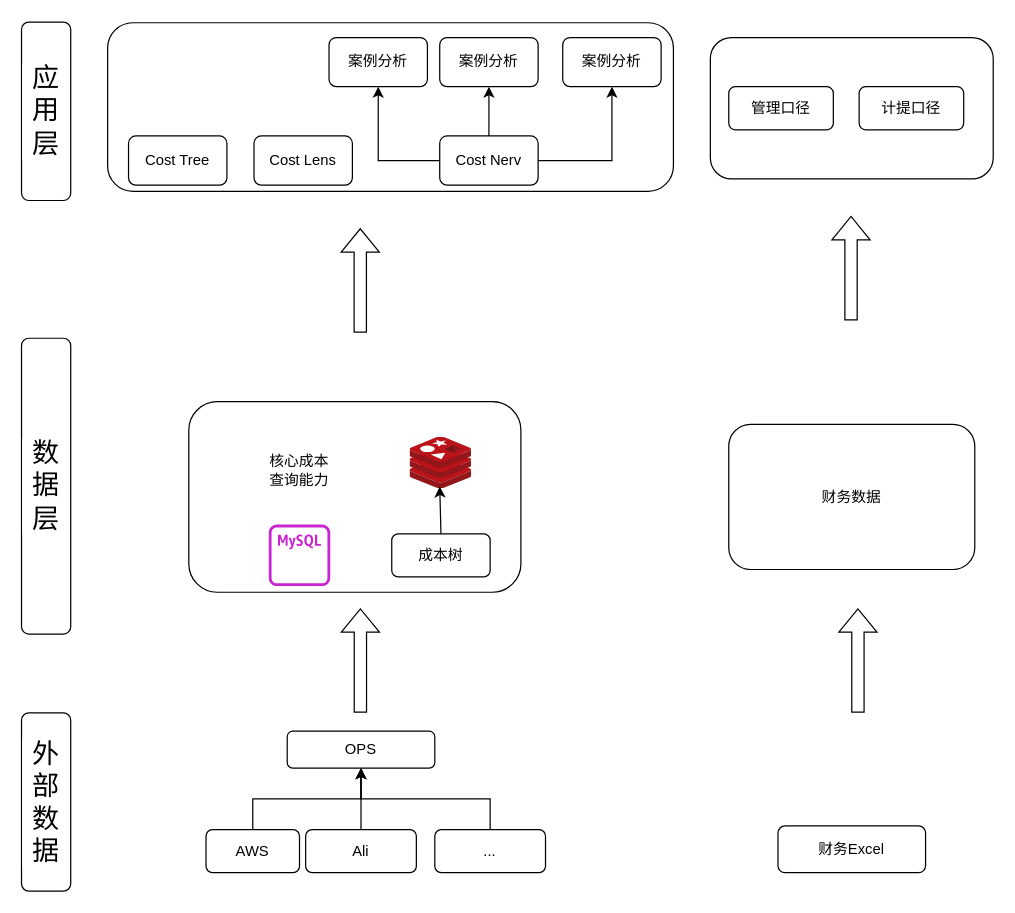
The draw.io diagram finops.drawio in bzk1994/draw.io, before the edit. Source tidied: cells renumbered, new cells numbered last; positions are measured from the earlier drawing's top-left corner, leaving out a move shared by most shapes. Both pictures are drawn from the tidied source at 123%, with x=0, y=0 at pixel (21, 21).
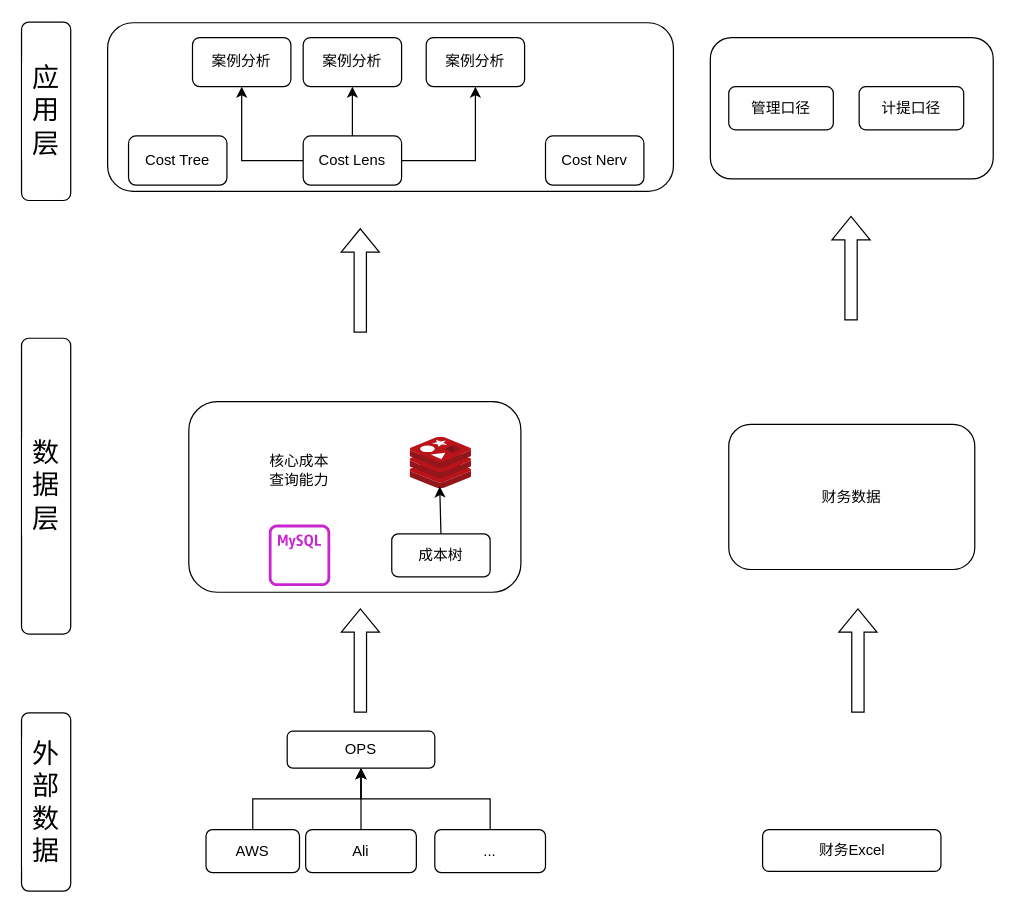
The same page after the edit.

Diff of the diagram source:
```diff
@@
-    <mxCell id="21" value="Cost Lens" style="rounded=1;whiteSpace=wrap;html=1;" parent="1" vertex="1">
-      <mxGeometry x="189" y="93" width="80" height="40" as="geometry" />
+    <mxCell id="21" value="Cost Nerv" style="rounded=1;whiteSpace=wrap;html=1;" parent="1" vertex="1">
+      <mxGeometry x="426" y="93" width="80" height="40" as="geometry" />
     </mxCell>
@@
-    <mxCell id="25" value="Cost Nerv" style="rounded=1;whiteSpace=wrap;html=1;" parent="1" vertex="1">
-      <mxGeometry x="340" y="93" width="80" height="40" as="geometry" />
+    <mxCell id="25" value="Cost Lens" style="rounded=1;whiteSpace=wrap;html=1;" parent="1" vertex="1">
+      <mxGeometry x="229" y="93" width="80" height="40" as="geometry" />
     </mxCell>
     <mxCell id="26" value="案例分析" style="rounded=1;whiteSpace=wrap;html=1;" parent="1" vertex="1">
-      <mxGeometry x="340" y="13" width="80" height="40" as="geometry" />
+      <mxGeometry x="229" y="13" width="80" height="40" as="geometry" />
     </mxCell>
     <mxCell id="27" value="案例分析" style="rounded=1;whiteSpace=wrap;html=1;" parent="1" vertex="1">
-      <mxGeometry x="250" y="13" width="80" height="40" as="geometry" />
+      <mxGeometry x="139" y="13" width="80" height="40" as="geometry" />
     </mxCell>
     <mxCell id="28" value="案例分析" style="rounded=1;whiteSpace=wrap;html=1;" parent="1" vertex="1">
-      <mxGeometry x="440" y="13" width="80" height="40" as="geometry" />
+      <mxGeometry x="329" y="13" width="80" height="40" as="geometry" />
     </mxCell>
     <mxCell id="29" value="财务Excel" style="rounded=1;whiteSpace=wrap;html=1;" parent="1" vertex="1">
-      <mxGeometry x="615" y="654" width="120" height="38" as="geometry" />
+      <mxGeometry x="602.5" y="657" width="145" height="34" as="geometry" />
     </mxCell>
```
